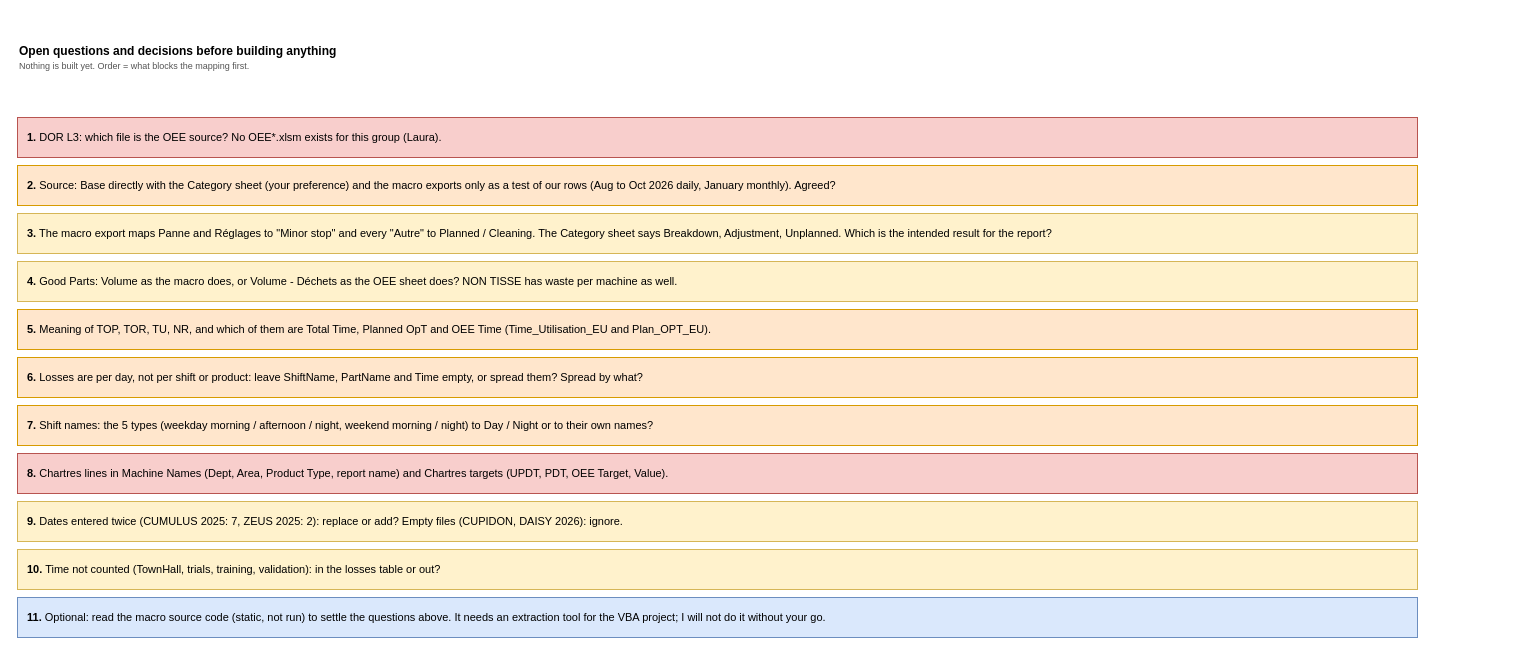
AbiyyuMufti/SIH-IBMX-R keeps this draw.io diagram as page "8 Questions" (9 of 9) of diagrams/chartres-source-map.drawio. Above is the earlier version. Source tidied: cells renumbered, new cells numbered last; positions are measured from the earlier drawing's top-left corner, leaving out a move shared by most shapes. Both pictures are drawn from the tidied source at 100%, with x=0, y=0 at pixel (17, 37).
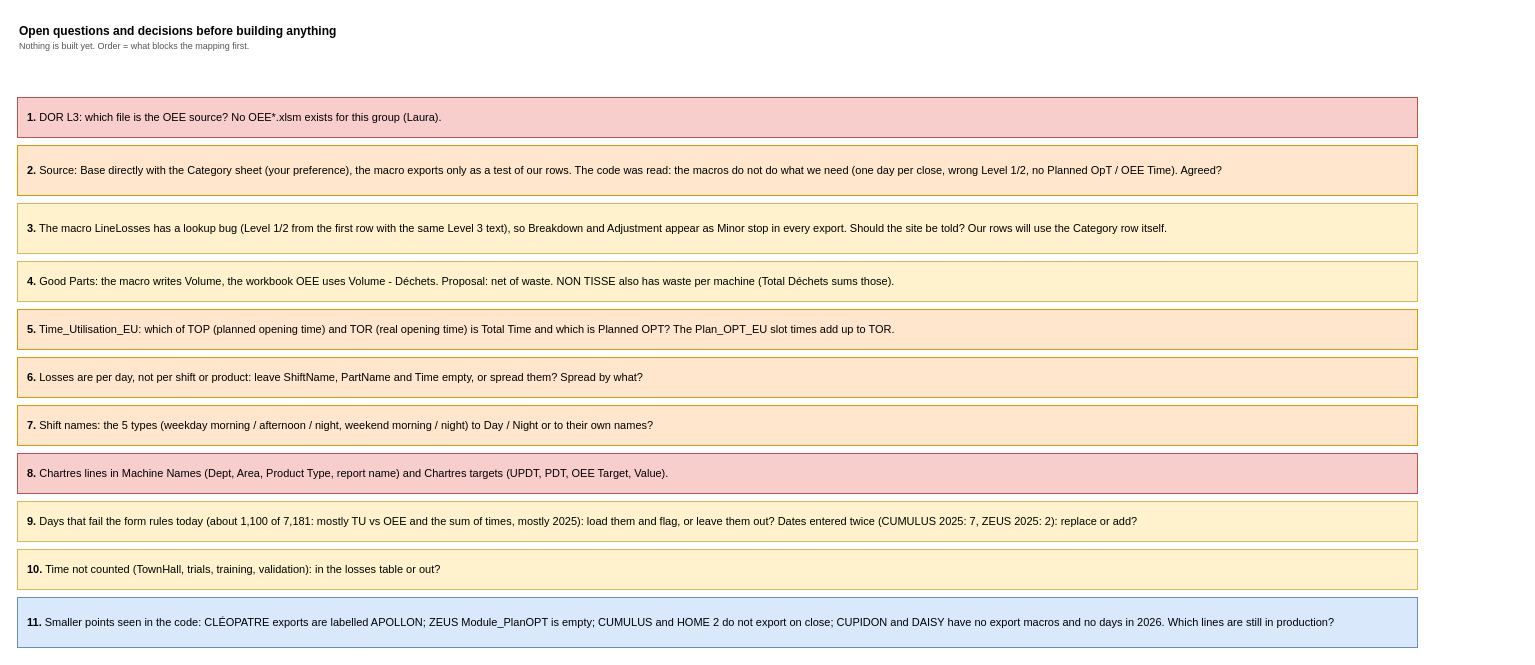
The same page after the edit.

Commit message (it also covers changes not shown here):
Chartres: VBA read as text, rules of the entry form, LineLosses bug, diagram page 2b, Excel written-by column

Diff of the diagram source:
```diff
@@
 <mxGraphModel>
   <root>
     <mxCell id="0" />
     <mxCell id="1" parent="0" />
     <mxCell id="2" value="&lt;b&gt;Open questions and decisions before building anything&lt;/b&gt;&lt;br&gt;&lt;font style=&quot;font-size:9px&quot; color=&quot;#555555&quot;&gt;Nothing is built yet. Order = what blocks the mapping first.&lt;/font&gt;" style="text;html=1;whiteSpace=wrap;align=left;verticalAlign=top;fontSize=12;" parent="1" vertex="1">
-      <mxGeometry width="1500" height="60" as="geometry" />
+      <mxGeometry y="-20" width="1500" height="60" as="geometry" />
     </mxCell>
     <mxCell id="3" value="&lt;b&gt;1.&lt;/b&gt; DOR L3: which file is the OEE source? No OEE*.xlsm exists for this group (Laura)." style="rounded=0;whiteSpace=wrap;html=1;align=left;verticalAlign=middle;spacingLeft=8;spacingRight=6;fontSize=11;fillColor=#f8cecc;strokeColor=#b85450;" parent="1" vertex="1">
-      <mxGeometry y="80" width="1400" height="40" as="geometry" />
+      <mxGeometry y="60" width="1400" height="40" as="geometry" />
     </mxCell>
-    <mxCell id="4" value="&lt;b&gt;2.&lt;/b&gt; Source: Base directly with the Category sheet (your preference) and the macro exports only as a test of our rows (Aug to Oct 2026 daily, January monthly). Agreed?" style="rounded=0;whiteSpace=wrap;html=1;align=left;verticalAlign=middle;spacingLeft=8;spacingRight=6;fontSize=11;fillColor=#ffe6cc;strokeColor=#d79b00;" parent="1" vertex="1">
-      <mxGeometry y="128" width="1400" height="40" as="geometry" />
+    <mxCell id="4" value="&lt;b&gt;2.&lt;/b&gt; Source: Base directly with the Category sheet (your preference), the macro exports only as a test of our rows. The code was read: the macros do not do what we need (one day per close, wrong Level 1/2, no Planned OpT / OEE Time). Agreed?" style="rounded=0;whiteSpace=wrap;html=1;align=left;verticalAlign=middle;spacingLeft=8;spacingRight=6;fontSize=11;fillColor=#ffe6cc;strokeColor=#d79b00;" parent="1" vertex="1">
+      <mxGeometry y="108" width="1400" height="50" as="geometry" />
     </mxCell>
-    <mxCell id="5" value="&lt;b&gt;3.&lt;/b&gt; The macro export maps Panne and Réglages to &amp;quot;Minor stop&amp;quot; and every &amp;quot;Autre&amp;quot; to Planned / Cleaning. The Category sheet says Breakdown, Adjustment, Unplanned. Which is the intended result for the report?" style="rounded=0;whiteSpace=wrap;html=1;align=left;verticalAlign=middle;spacingLeft=8;spacingRight=6;fontSize=11;fillColor=#fff2cc;strokeColor=#d6b656;" parent="1" vertex="1">
-      <mxGeometry y="176" width="1400" height="40" as="geometry" />
+    <mxCell id="5" value="&lt;b&gt;3.&lt;/b&gt; The macro LineLosses has a lookup bug (Level 1/2 from the first row with the same Level 3 text), so Breakdown and Adjustment appear as Minor stop in every export. Should the site be told? Our rows will use the Category row itself." style="rounded=0;whiteSpace=wrap;html=1;align=left;verticalAlign=middle;spacingLeft=8;spacingRight=6;fontSize=11;fillColor=#fff2cc;strokeColor=#d6b656;" parent="1" vertex="1">
+      <mxGeometry y="166" width="1400" height="50" as="geometry" />
     </mxCell>
-    <mxCell id="6" value="&lt;b&gt;4.&lt;/b&gt; Good Parts: Volume as the macro does, or Volume - Déchets as the OEE sheet does? NON TISSE has waste per machine as well." style="rounded=0;whiteSpace=wrap;html=1;align=left;verticalAlign=middle;spacingLeft=8;spacingRight=6;fontSize=11;fillColor=#fff2cc;strokeColor=#d6b656;" parent="1" vertex="1">
+    <mxCell id="6" value="&lt;b&gt;4.&lt;/b&gt; Good Parts: the macro writes Volume, the workbook OEE uses Volume - Déchets. Proposal: net of waste. NON TISSE also has waste per machine (Total Déchets sums those)." style="rounded=0;whiteSpace=wrap;html=1;align=left;verticalAlign=middle;spacingLeft=8;spacingRight=6;fontSize=11;fillColor=#fff2cc;strokeColor=#d6b656;" parent="1" vertex="1">
       <mxGeometry y="224" width="1400" height="40" as="geometry" />
     </mxCell>
-    <mxCell id="7" value="&lt;b&gt;5.&lt;/b&gt; Meaning of TOP, TOR, TU, NR, and which of them are Total Time, Planned OpT and OEE Time (Time_Utilisation_EU and Plan_OPT_EU)." style="rounded=0;whiteSpace=wrap;html=1;align=left;verticalAlign=middle;spacingLeft=8;spacingRight=6;fontSize=11;fillColor=#ffe6cc;strokeColor=#d79b00;" parent="1" vertex="1">
+    <mxCell id="7" value="&lt;b&gt;5.&lt;/b&gt; Time_Utilisation_EU: which of TOP (planned opening time) and TOR (real opening time) is Total Time and which is Planned OPT? The Plan_OPT_EU slot times add up to TOR." style="rounded=0;whiteSpace=wrap;html=1;align=left;verticalAlign=middle;spacingLeft=8;spacingRight=6;fontSize=11;fillColor=#ffe6cc;strokeColor=#d79b00;" parent="1" vertex="1">
       <mxGeometry y="272" width="1400" height="40" as="geometry" />
     </mxCell>
     <mxCell id="8" value="&lt;b&gt;6.&lt;/b&gt; Losses are per day, not per shift or product: leave ShiftName, PartName and Time empty, or spread them? Spread by what?" style="rounded=0;whiteSpace=wrap;html=1;align=left;verticalAlign=middle;spacingLeft=8;spacingRight=6;fontSize=11;fillColor=#ffe6cc;strokeColor=#d79b00;" parent="1" vertex="1">
       <mxGeometry y="320" width="1400" height="40" as="geometry" />
     </mxCell>
     <mxCell id="9" value="&lt;b&gt;7.&lt;/b&gt; Shift names: the 5 types (weekday morning / afternoon / night, weekend morning / night) to Day / Night or to their own names?" style="rounded=0;whiteSpace=wrap;html=1;align=left;verticalAlign=middle;spacingLeft=8;spacingRight=6;fontSize=11;fillColor=#ffe6cc;strokeColor=#d79b00;" parent="1" vertex="1">
       <mxGeometry y="368" width="1400" height="40" as="geometry" />
     </mxCell>
     <mxCell id="10" value="&lt;b&gt;8.&lt;/b&gt; Chartres lines in Machine Names (Dept, Area, Product Type, report name) and Chartres targets (UPDT, PDT, OEE Target, Value)." style="rounded=0;whiteSpace=wrap;html=1;align=left;verticalAlign=middle;spacingLeft=8;spacingRight=6;fontSize=11;fillColor=#f8cecc;strokeColor=#b85450;" parent="1" vertex="1">
       <mxGeometry y="416" width="1400" height="40" as="geometry" />
     </mxCell>
-    <mxCell id="11" value="&lt;b&gt;9.&lt;/b&gt; Dates entered twice (CUMULUS 2025: 7, ZEUS 2025: 2): replace or add? Empty files (CUPIDON, DAISY 2026): ignore." style="rounded=0;whiteSpace=wrap;html=1;align=left;verticalAlign=middle;spacingLeft=8;spacingRight=6;fontSize=11;fillColor=#fff2cc;strokeColor=#d6b656;" parent="1" vertex="1">
+    <mxCell id="11" value="&lt;b&gt;9.&lt;/b&gt; Days that fail the form rules today (about 1,100 of 7,181: mostly TU vs OEE and the sum of times, mostly 2025): load them and flag, or leave them out? Dates entered twice (CUMULUS 2025: 7, ZEUS 2025: 2): replace or add?" style="rounded=0;whiteSpace=wrap;html=1;align=left;verticalAlign=middle;spacingLeft=8;spacingRight=6;fontSize=11;fillColor=#fff2cc;strokeColor=#d6b656;" parent="1" vertex="1">
       <mxGeometry y="464" width="1400" height="40" as="geometry" />
     </mxCell>
     <mxCell id="12" value="&lt;b&gt;10.&lt;/b&gt; Time not counted (TownHall, trials, training, validation): in the losses table or out?" style="rounded=0;whiteSpace=wrap;html=1;align=left;verticalAlign=middle;spacingLeft=8;spacingRight=6;fontSize=11;fillColor=#fff2cc;strokeColor=#d6b656;" parent="1" vertex="1">
       <mxGeometry y="512" width="1400" height="40" as="geometry" />
     </mxCell>
-    <mxCell id="13" value="&lt;b&gt;11.&lt;/b&gt; Optional: read the macro source code (static, not run) to settle the questions above. It needs an extraction tool for the VBA project; I will not do it without your go." style="rounded=0;whiteSpace=wrap;html=1;align=left;verticalAlign=middle;spacingLeft=8;spacingRight=6;fontSize=11;fillColor=#dae8fc;strokeColor=#6c8ebf;" parent="1" vertex="1">
-      <mxGeometry y="560" width="1400" height="40" as="geometry" />
+    <mxCell id="13" value="&lt;b&gt;11.&lt;/b&gt; Smaller points seen in the code: CLÉOPATRE exports are labelled APOLLON; ZEUS Module_PlanOPT is empty; CUMULUS and HOME 2 do not export on close; CUPIDON and DAISY have no export macros and no days in 2026. Which lines are still in production?" style="rounded=0;whiteSpace=wrap;html=1;align=left;verticalAlign=middle;spacingLeft=8;spacingRight=6;fontSize=11;fillColor=#dae8fc;strokeColor=#6c8ebf;" parent="1" vertex="1">
+      <mxGeometry y="560" width="1400" height="50" as="geometry" />
     </mxCell>
   </root>
 </mxGraphModel>
```
